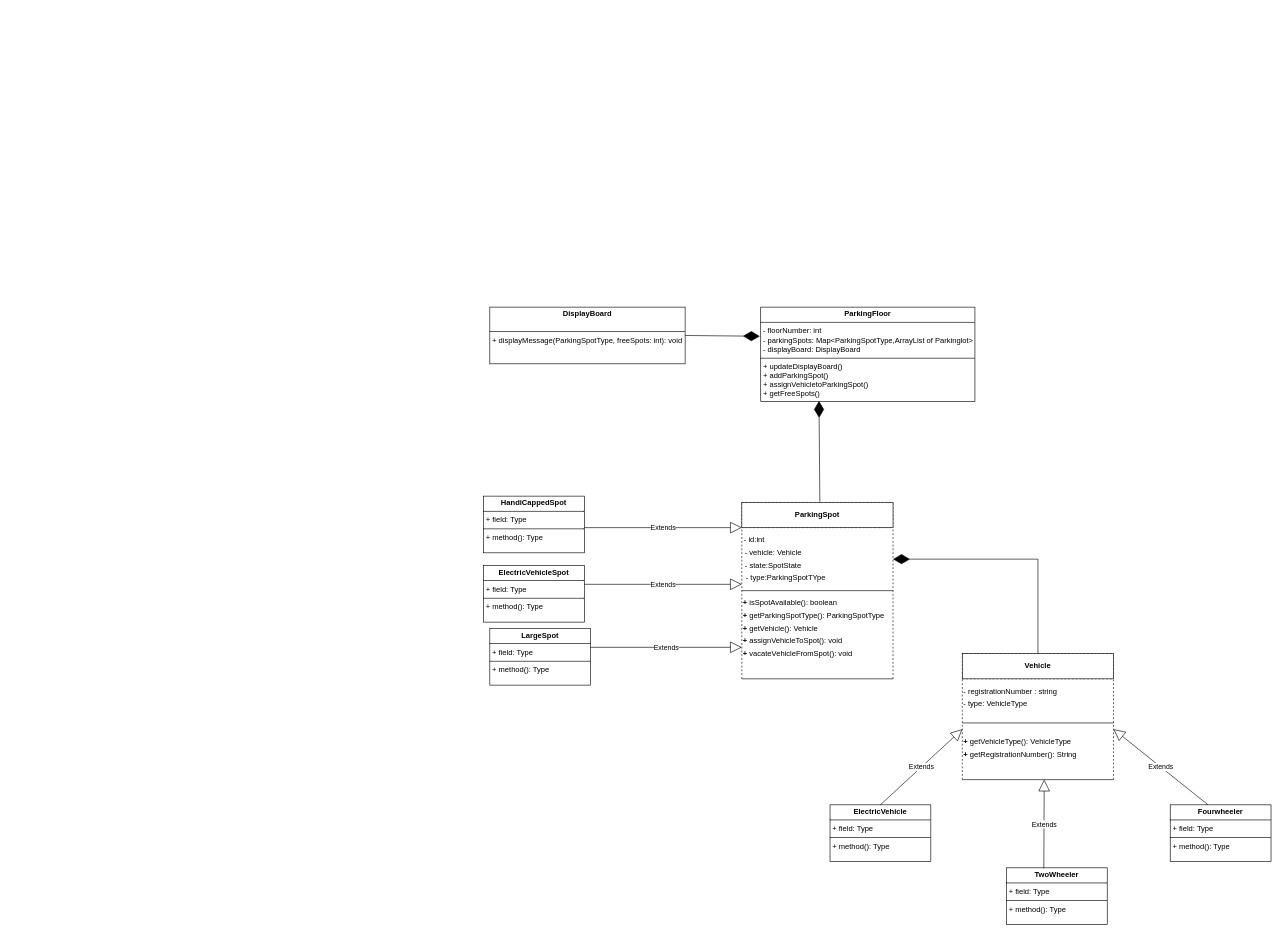
Earlier version of the draw.io diagram Parking lot design/parking_lot.drawio (nullfox-coder/Low-Level-Design-Patterns-CPP). Source tidied: cells renumbered, new cells numbered last; positions are measured from the earlier drawing's top-left corner, leaving out a move shared by most shapes. Both pictures are drawn from the tidied source at 63%, with x=0, y=0 at pixel (483, 307).
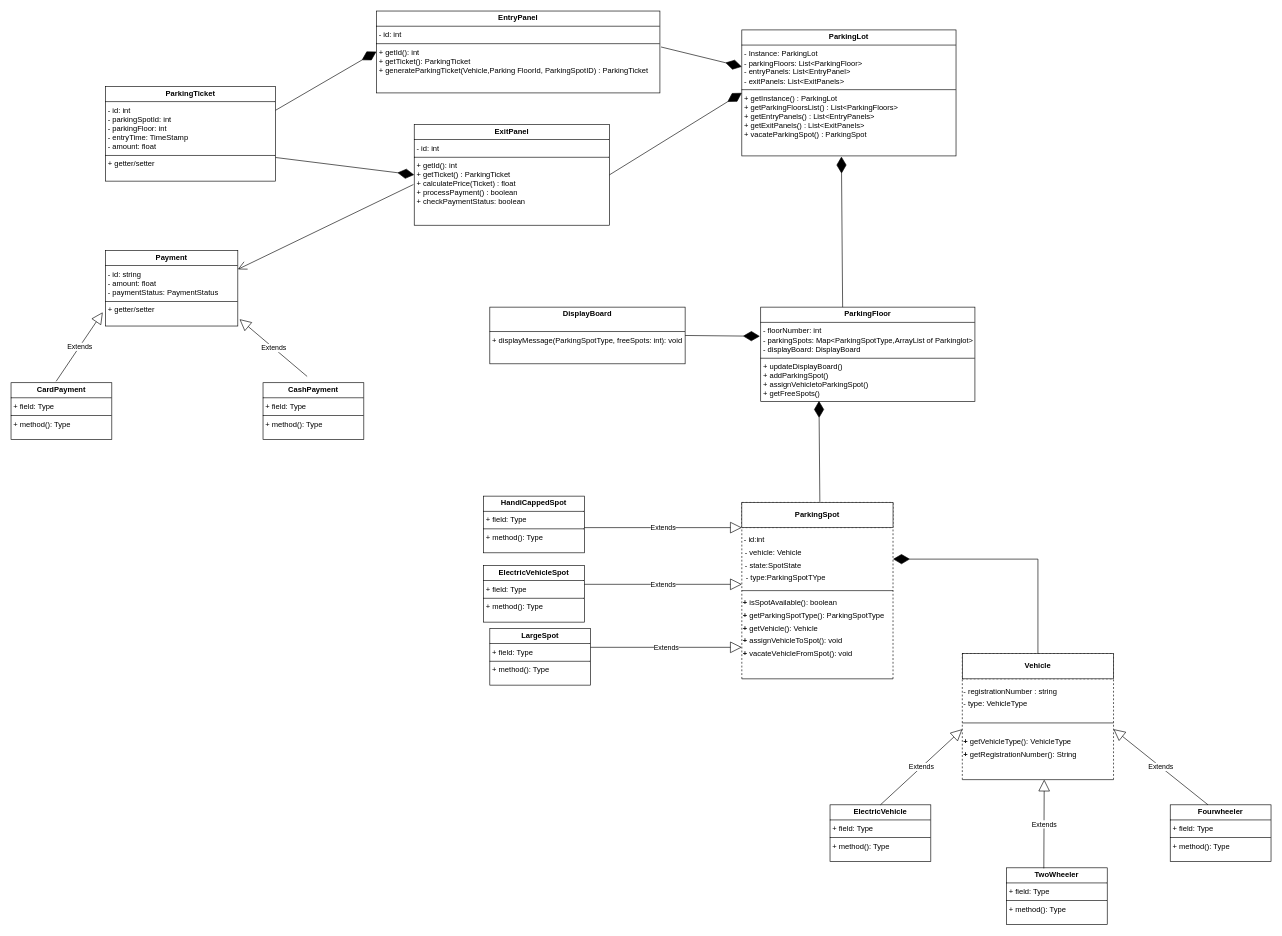
Above is the later version.

Commit message:
feature - entry,exit, payment

The edit, as a diff of the source:
```diff
@@
+    <mxCell id="46" value="&lt;p style=&quot;margin:0px;margin-top:4px;text-align:center;&quot;&gt;&lt;b&gt;ParkingLot&lt;/b&gt;&lt;/p&gt;&lt;hr size=&quot;1&quot; style=&quot;border-style:solid;&quot;&gt;&lt;p style=&quot;margin:0px;margin-left:4px;&quot;&gt;- Instance: ParkingLot&lt;/p&gt;&lt;p style=&quot;margin:0px;margin-left:4px;&quot;&gt;- parkingFloors: List&amp;lt;ParkingFloor&amp;gt;&lt;/p&gt;&lt;p style=&quot;margin:0px;margin-left:4px;&quot;&gt;- entryPanels: List&amp;lt;EntryPanel&amp;gt;&lt;/p&gt;&lt;p style=&quot;margin:0px;margin-left:4px;&quot;&gt;- exitPanels: List&amp;lt;ExitPanels&amp;gt;&lt;/p&gt;&lt;hr size=&quot;1&quot; style=&quot;border-style:solid;&quot;&gt;&lt;p style=&quot;margin:0px;margin-left:4px;&quot;&gt;+ getInstance() : ParkingLot&lt;/p&gt;&lt;p style=&quot;margin:0px;margin-left:4px;&quot;&gt;+ getParkingFloorsList() : List&amp;lt;ParkingFloors&amp;gt;&lt;/p&gt;&lt;p style=&quot;margin:0px;margin-left:4px;&quot;&gt;+ getEntryPanels() : List&amp;lt;EntryPanels&amp;gt;&lt;/p&gt;&lt;p style=&quot;margin:0px;margin-left:4px;&quot;&gt;+ getExitPanels() : List&amp;lt;ExitPanels&amp;gt;&lt;/p&gt;&lt;p style=&quot;margin:0px;margin-left:4px;&quot;&gt;+ vacateParkingSpot() : ParkingSpot&lt;/p&gt;" style="verticalAlign=top;align=left;overflow=fill;html=1;whiteSpace=wrap;" parent="1" vertex="1">
+      <mxGeometry x="410" y="-440" width="340" height="200" as="geometry" />
+    </mxCell>
+    <mxCell id="47" style="endArrow=diamondThin;endFill=1;endSize=24;html=1;rounded=0;entryX=0.465;entryY=1.005;entryDx=0;entryDy=0;entryPerimeter=0;" parent="1" edge="1" target="46">
+      <mxGeometry relative="1" as="geometry">
+        <mxPoint x="570" as="sourcePoint" />
+      </mxGeometry>
+    </mxCell>
+    <mxCell id="48" value="&lt;p style=&quot;margin:0px;margin-top:4px;text-align:center;&quot;&gt;&lt;b&gt;EntryPanel&lt;/b&gt;&lt;/p&gt;&lt;hr size=&quot;1&quot; style=&quot;border-style:solid;&quot;&gt;&lt;p style=&quot;margin:0px;margin-left:4px;&quot;&gt;- id: int&lt;/p&gt;&lt;hr size=&quot;1&quot; style=&quot;border-style:solid;&quot;&gt;&lt;p style=&quot;margin:0px;margin-left:4px;&quot;&gt;+ getId(): int&lt;/p&gt;&lt;p style=&quot;margin:0px;margin-left:4px;&quot;&gt;+ getTicket(): ParkingTicket&lt;/p&gt;&lt;p style=&quot;margin:0px;margin-left:4px;&quot;&gt;+ generateParkingTicket(Vehicle,Parking FloorId, ParkingSpotID) : ParkingTicket&lt;/p&gt;" style="verticalAlign=top;align=left;overflow=fill;html=1;whiteSpace=wrap;" parent="1" vertex="1">
+      <mxGeometry x="-170" y="-470" width="450" height="130" as="geometry" />
+    </mxCell>
+    <mxCell id="49" value="&lt;p style=&quot;margin:0px;margin-top:4px;text-align:center;&quot;&gt;&lt;b&gt;ExitPanel&lt;/b&gt;&lt;/p&gt;&lt;hr size=&quot;1&quot; style=&quot;border-style:solid;&quot;&gt;&lt;p style=&quot;margin:0px;margin-left:4px;&quot;&gt;- id: int&lt;/p&gt;&lt;hr size=&quot;1&quot; style=&quot;border-style:solid;&quot;&gt;&lt;p style=&quot;margin:0px;margin-left:4px;&quot;&gt;+ getId(): int&lt;/p&gt;&lt;p style=&quot;margin:0px;margin-left:4px;&quot;&gt;+ getTicket() : ParkingTicket&lt;/p&gt;&lt;p style=&quot;margin:0px;margin-left:4px;&quot;&gt;+ calculatePrice(Ticket) : float&lt;/p&gt;&lt;p style=&quot;margin:0px;margin-left:4px;&quot;&gt;+ processPayment() : boolean&lt;/p&gt;&lt;p style=&quot;margin:0px;margin-left:4px;&quot;&gt;+ checkPaymentStatus: boolean&lt;/p&gt;" style="verticalAlign=top;align=left;overflow=fill;html=1;whiteSpace=wrap;" parent="1" vertex="1">
+      <mxGeometry x="-110" y="-290" width="310" height="160" as="geometry" />
+    </mxCell>
+    <mxCell id="50" style="endArrow=diamondThin;endFill=1;endSize=24;html=1;rounded=0;exitX=1.004;exitY=0.439;exitDx=0;exitDy=0;exitPerimeter=0;" parent="1" edge="1" source="48" target="46">
+      <mxGeometry relative="1" as="geometry" />
+    </mxCell>
+    <mxCell id="51" value="&lt;p style=&quot;margin:0px;margin-top:4px;text-align:center;&quot;&gt;&lt;b&gt;ParkingTicket&lt;/b&gt;&lt;/p&gt;&lt;hr size=&quot;1&quot; style=&quot;border-style:solid;&quot;&gt;&lt;p style=&quot;margin:0px;margin-left:4px;&quot;&gt;- id: int&lt;/p&gt;&lt;p style=&quot;margin:0px;margin-left:4px;&quot;&gt;- parkingSpotId: int&lt;/p&gt;&lt;p style=&quot;margin:0px;margin-left:4px;&quot;&gt;- parkingFloor: int&lt;/p&gt;&lt;p style=&quot;margin:0px;margin-left:4px;&quot;&gt;- entryTime: TimeStamp&lt;/p&gt;&lt;p style=&quot;margin:0px;margin-left:4px;&quot;&gt;- amount: float&lt;/p&gt;&lt;hr size=&quot;1&quot; style=&quot;border-style:solid;&quot;&gt;&lt;p style=&quot;margin:0px;margin-left:4px;&quot;&gt;+ getter/setter&lt;/p&gt;" style="verticalAlign=top;align=left;overflow=fill;html=1;whiteSpace=wrap;" parent="1" vertex="1">
+      <mxGeometry x="-600" y="-350" width="270" height="150" as="geometry" />
+    </mxCell>
+    <mxCell id="52" style="endArrow=diamondThin;endFill=1;endSize=24;html=1;rounded=0;entryX=0;entryY=0.5;entryDx=0;entryDy=0;exitX=1;exitY=0.5;exitDx=0;exitDy=0;" parent="1" edge="1" source="49" target="46">
+      <mxGeometry relative="1" as="geometry" />
+    </mxCell>
+    <mxCell id="53" style="endArrow=diamondThin;endFill=1;endSize=24;html=1;rounded=0;exitX=1;exitY=0.75;exitDx=0;exitDy=0;entryX=0;entryY=0.5;entryDx=0;entryDy=0;" parent="1" edge="1" source="51" target="49">
+      <mxGeometry relative="1" as="geometry" />
+    </mxCell>
+    <mxCell id="54" style="endArrow=diamondThin;endFill=1;endSize=24;html=1;rounded=0;exitX=1;exitY=0.25;exitDx=0;exitDy=0;" parent="1" edge="1" source="51">
+      <mxGeometry relative="1" as="geometry">
+        <mxPoint x="-170" y="-405.6" as="targetPoint" />
+      </mxGeometry>
+    </mxCell>
+    <mxCell id="55" value="&lt;p style=&quot;margin:0px;margin-top:4px;text-align:center;&quot;&gt;&lt;b&gt;Payment&lt;/b&gt;&lt;/p&gt;&lt;hr size=&quot;1&quot; style=&quot;border-style:solid;&quot;&gt;&lt;p style=&quot;margin:0px;margin-left:4px;&quot;&gt;- id: string&lt;/p&gt;&lt;p style=&quot;margin:0px;margin-left:4px;&quot;&gt;- amount: float&lt;/p&gt;&lt;p style=&quot;margin:0px;margin-left:4px;&quot;&gt;- paymentStatus: PaymentStatus&lt;/p&gt;&lt;hr size=&quot;1&quot; style=&quot;border-style:solid;&quot;&gt;&lt;p style=&quot;margin:0px;margin-left:4px;&quot;&gt;+ getter/setter&lt;/p&gt;" style="verticalAlign=top;align=left;overflow=fill;html=1;whiteSpace=wrap;" parent="1" vertex="1">
+      <mxGeometry x="-600" y="-90" width="210" height="120" as="geometry" />
+    </mxCell>
+    <mxCell id="56" style="endArrow=open;endFill=1;endSize=12;html=1;rounded=0;entryX=1;entryY=0.25;entryDx=0;entryDy=0;exitX=-0.004;exitY=0.596;exitDx=0;exitDy=0;exitPerimeter=0;" parent="1" edge="1" source="49" target="55">
+      <mxGeometry relative="1" as="geometry" />
+    </mxCell>
+    <mxCell id="57" value="&lt;p style=&quot;margin:0px;margin-top:4px;text-align:center;&quot;&gt;&lt;b&gt;CardPayment&lt;/b&gt;&lt;/p&gt;&lt;hr size=&quot;1&quot; style=&quot;border-style:solid;&quot;&gt;&lt;p style=&quot;margin:0px;margin-left:4px;&quot;&gt;+ field: Type&lt;/p&gt;&lt;hr size=&quot;1&quot; style=&quot;border-style:solid;&quot;&gt;&lt;p style=&quot;margin:0px;margin-left:4px;&quot;&gt;+ method(): Type&lt;/p&gt;" style="verticalAlign=top;align=left;overflow=fill;html=1;whiteSpace=wrap;" parent="1" vertex="1">
+      <mxGeometry x="-750" y="120" width="160" height="90" as="geometry" />
+    </mxCell>
+    <mxCell id="58" value="&lt;p style=&quot;margin:0px;margin-top:4px;text-align:center;&quot;&gt;&lt;b&gt;CashPayment&lt;/b&gt;&lt;/p&gt;&lt;hr size=&quot;1&quot; style=&quot;border-style:solid;&quot;&gt;&lt;p style=&quot;margin:0px;margin-left:4px;&quot;&gt;+ field: Type&lt;/p&gt;&lt;hr size=&quot;1&quot; style=&quot;border-style:solid;&quot;&gt;&lt;p style=&quot;margin:0px;margin-left:4px;&quot;&gt;+ method(): Type&lt;/p&gt;" style="verticalAlign=top;align=left;overflow=fill;html=1;whiteSpace=wrap;" parent="1" vertex="1">
+      <mxGeometry x="-350" y="120" width="160" height="90" as="geometry" />
+    </mxCell>
+    <mxCell id="59" value="Extends" style="endArrow=block;endSize=16;endFill=0;html=1;rounded=0;exitX=0.448;exitY=-0.026;exitDx=0;exitDy=0;exitPerimeter=0;entryX=-0.021;entryY=0.818;entryDx=0;entryDy=0;entryPerimeter=0;" parent="1" edge="1" source="57" target="55">
+      <mxGeometry relative="1" as="geometry" />
+    </mxCell>
+    <mxCell id="60" value="Extends" style="endArrow=block;endSize=16;endFill=0;html=1;rounded=0;entryX=1.013;entryY=0.91;entryDx=0;entryDy=0;entryPerimeter=0;" parent="1" edge="1" target="55">
+      <mxGeometry relative="1" as="geometry">
+        <mxPoint x="-280" y="110" as="sourcePoint" />
+      </mxGeometry>
+    </mxCell>
```
